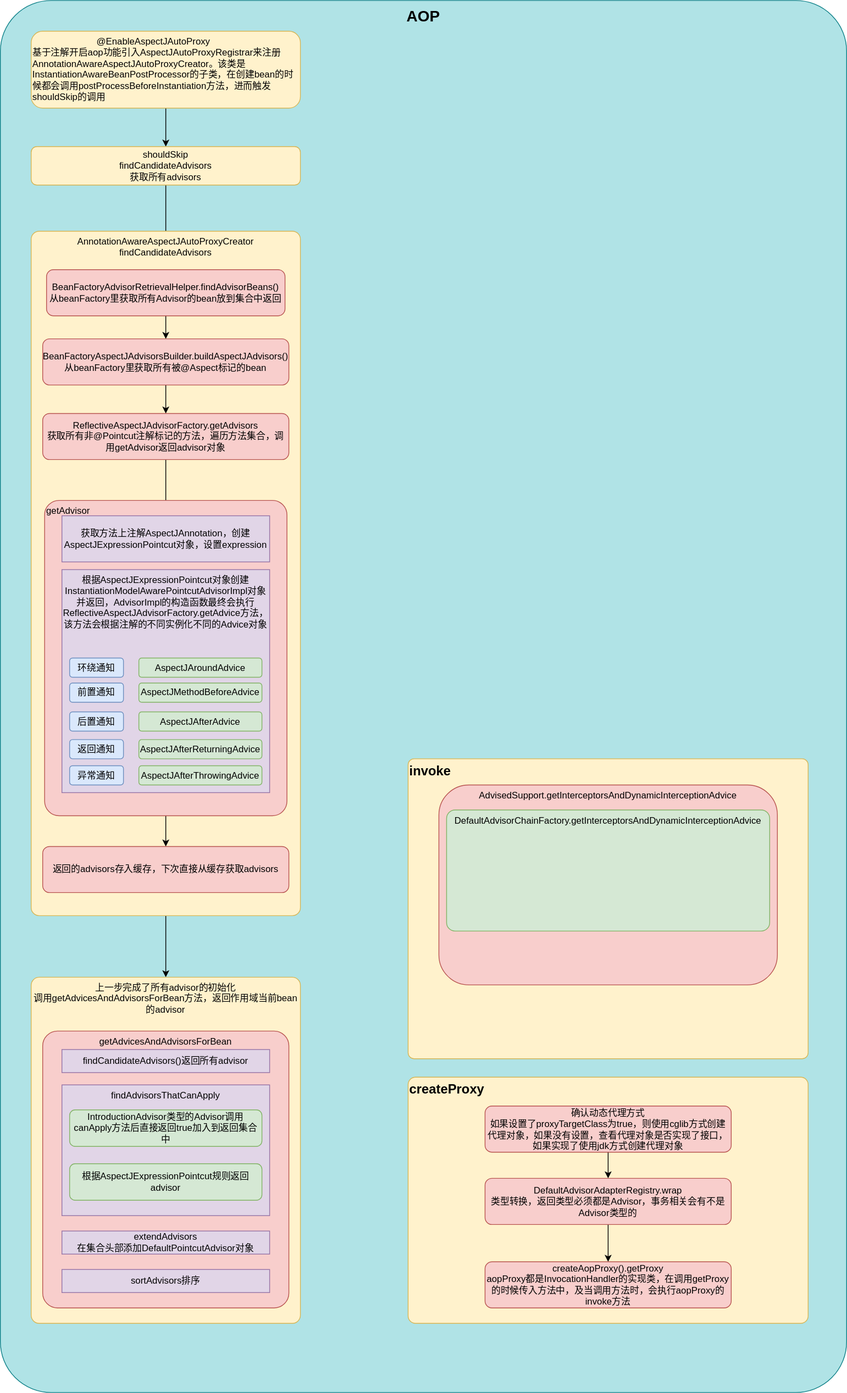
Above: spring-aop.svg in qqqlllei/diagrams (draw.io), before the change. Source tidied: cells renumbered, new cells last; positions are measured from the earlier drawing's top-left corner, leaving out a move shared by most shapes.
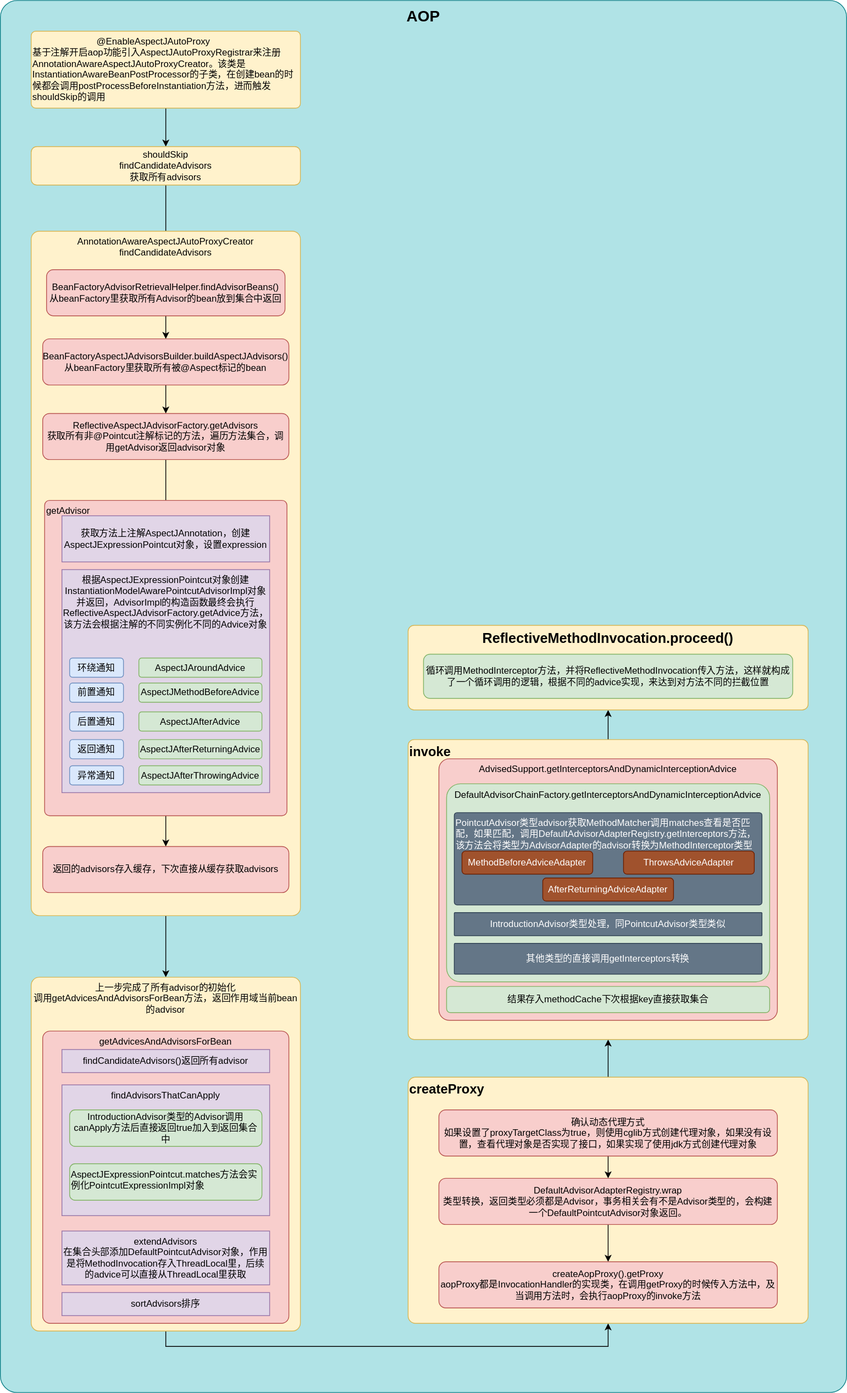
The same diagram one commit later.

Diff of the diagram source:
```diff
@@ -2,13 +2,13 @@
   <root>
     <mxCell id="0" />
     <mxCell id="1" parent="0" />
-    <mxCell id="2" style="rounded=1;whiteSpace=wrap;fontSize=13;align=center;arcSize=6;fillColor=#b0e3e6;strokeColor=#0e8088;verticalAlign=top;html=1;" parent="1" vertex="1">
+    <mxCell id="2" style="rounded=1;whiteSpace=wrap;fontSize=13;align=center;arcSize=2;fillColor=#b0e3e6;strokeColor=#0e8088;verticalAlign=top;html=1;" parent="1" vertex="1">
       <mxGeometry width="1100" height="1810" as="geometry" />
     </mxCell>
     <mxCell id="3" style="edgeStyle=orthogonalEdgeStyle;rounded=0;jettySize=auto;html=1;" parent="1" edge="1" source="4" target="6">
       <mxGeometry relative="1" as="geometry" />
     </mxCell>
-    <mxCell id="4" value="&amp;nbsp; &amp;nbsp; &amp;nbsp; &amp;nbsp; &amp;nbsp; &amp;nbsp; &amp;nbsp; &amp;nbsp; &amp;nbsp; &amp;nbsp; &amp;nbsp; &amp;nbsp; &amp;nbsp;@EnableAspectJAutoProxy&lt;br&gt;基于注解开启aop功能引入AspectJAutoProxyRegistrar来注册AnnotationAwareAspectJAutoProxyCreator。该类是InstantiationAwareBeanPostProcessor的子类，在创建bean的时候都会调用postProcessBeforeInstantiation方法，进而触发shouldSkip的调用" style="rounded=1;whiteSpace=wrap;fillColor=#fff2cc;strokeColor=#d6b656;verticalAlign=top;align=left;html=1;" parent="1" vertex="1">
+    <mxCell id="4" value="&amp;nbsp; &amp;nbsp; &amp;nbsp; &amp;nbsp; &amp;nbsp; &amp;nbsp; &amp;nbsp; &amp;nbsp; &amp;nbsp; &amp;nbsp; &amp;nbsp; &amp;nbsp; &amp;nbsp;@EnableAspectJAutoProxy&lt;br&gt;基于注解开启aop功能引入AspectJAutoProxyRegistrar来注册AnnotationAwareAspectJAutoProxyCreator。该类是InstantiationAwareBeanPostProcessor的子类，在创建bean的时候都会调用postProcessBeforeInstantiation方法，进而触发shouldSkip的调用" style="rounded=1;whiteSpace=wrap;fillColor=#fff2cc;strokeColor=#d6b656;verticalAlign=top;align=left;html=1;arcSize=6;" parent="1" vertex="1">
       <mxGeometry x="40" y="40" width="350" height="100" as="geometry" />
     </mxCell>
     <mxCell id="5" style="edgeStyle=orthogonalEdgeStyle;rounded=0;jettySize=auto;html=1;" parent="1" edge="1" source="6" target="10">
@@ -44,7 +44,7 @@
     <mxCell id="15" style="edgeStyle=orthogonalEdgeStyle;rounded=0;jettySize=auto;html=1;exitX=0.5;exitY=1;exitDx=0;exitDy=0;entryX=0.5;entryY=0;entryDx=0;entryDy=0;" parent="1" edge="1" source="16" target="36">
       <mxGeometry relative="1" as="geometry" />
     </mxCell>
-    <mxCell id="16" value="getAdvisor" style="rounded=1;whiteSpace=wrap;align=left;fillColor=#f8cecc;strokeColor=#b85450;verticalAlign=top;arcSize=6;" parent="1" vertex="1">
+    <mxCell id="16" value="getAdvisor" style="rounded=1;whiteSpace=wrap;align=left;fillColor=#f8cecc;strokeColor=#b85450;verticalAlign=top;arcSize=2;" parent="1" vertex="1">
       <mxGeometry x="57.5" y="650" width="315" height="410" as="geometry" />
     </mxCell>
     <mxCell id="17" value="获取方法上注解AspectJAnnotation，创建AspectJExpressionPointcut对象，设置expression" style="rounded=1;whiteSpace=wrap;align=center;fillColor=#e1d5e7;strokeColor=#9673a6;verticalAlign=middle;arcSize=0;" parent="1" vertex="1">
@@ -83,11 +83,14 @@
     <mxCell id="28" value="异常通知" style="rounded=1;whiteSpace=wrap;align=center;fillColor=#dae8fc;strokeColor=#6c8ebf;" parent="1" vertex="1">
       <mxGeometry x="90" y="995" width="70" height="25" as="geometry" />
     </mxCell>
+    <mxCell id="48" style="edgeStyle=orthogonalEdgeStyle;rounded=0;jettySize=auto;html=1;exitX=0.5;exitY=1;exitDx=0;exitDy=0;entryX=0.5;entryY=1;entryDx=0;entryDy=0;" parent="1" edge="1" source="29" target="39">
+      <mxGeometry relative="1" as="geometry" />
+    </mxCell>
     <mxCell id="29" value="上一步完成了所有advisor的初始化&lt;br&gt;调用getAdvicesAndAdvisorsForBean方法，返回作用域当前bean的advisor" style="rounded=1;whiteSpace=wrap;fillColor=#fff2cc;strokeColor=#d6b656;verticalAlign=top;align=center;html=1;arcSize=3;" parent="1" vertex="1">
-      <mxGeometry x="40" y="1270" width="350" height="450" as="geometry" />
+      <mxGeometry x="40" y="1270" width="350" height="460" as="geometry" />
     </mxCell>
-    <mxCell id="30" value="getAdvicesAndAdvisorsForBean" style="rounded=1;whiteSpace=wrap;align=center;fillColor=#f8cecc;strokeColor=#b85450;verticalAlign=top;arcSize=6;" parent="1" vertex="1">
-      <mxGeometry x="55" y="1340" width="320" height="360" as="geometry" />
+    <mxCell id="30" value="getAdvicesAndAdvisorsForBean" style="rounded=1;whiteSpace=wrap;align=center;fillColor=#f8cecc;strokeColor=#b85450;verticalAlign=top;arcSize=3;" parent="1" vertex="1">
+      <mxGeometry x="55" y="1340" width="320" height="380" as="geometry" />
     </mxCell>
     <mxCell id="31" value="findCandidateAdvisors()返回所有advisor" style="rounded=1;whiteSpace=wrap;align=center;fillColor=#e1d5e7;strokeColor=#9673a6;verticalAlign=middle;arcSize=0;" parent="1" vertex="1">
       <mxGeometry x="80" y="1364" width="270" height="30" as="geometry" />
@@ -98,7 +101,7 @@
     <mxCell id="33" value="IntroductionAdvisor类型的Advisor调用canApply方法后直接返回true加入到返回集合中" style="rounded=1;whiteSpace=wrap;align=center;fillColor=#d5e8d4;strokeColor=#82b366;" parent="1" vertex="1">
       <mxGeometry x="90" y="1442.5" width="250" height="47.5" as="geometry" />
     </mxCell>
-    <mxCell id="34" value="根据AspectJExpressionPointcut规则返回advisor" style="rounded=1;whiteSpace=wrap;align=center;fillColor=#d5e8d4;strokeColor=#82b366;" parent="1" vertex="1">
+    <mxCell id="34" value="AspectJExpressionPointcut.matches方法会实例化PointcutExpressionImpl对象" style="rounded=1;whiteSpace=wrap;align=left;fillColor=#d5e8d4;strokeColor=#82b366;verticalAlign=top;" parent="1" vertex="1">
       <mxGeometry x="90" y="1512.5" width="250" height="47.5" as="geometry" />
     </mxCell>
     <mxCell id="35" value="&lt;font style=&quot;font-size: 20px&quot;&gt;&lt;b&gt;AOP&lt;/b&gt;&lt;/font&gt;" style="text;html=1;strokeColor=none;fillColor=none;align=center;verticalAlign=middle;whiteSpace=wrap;rounded=0;fontSize=13;fontColor=#000000;" parent="1" vertex="1">
@@ -107,12 +110,15 @@
     <mxCell id="36" value="返回的advisors存入缓存，下次直接从缓存获取advisors" style="rounded=1;whiteSpace=wrap;align=center;fillColor=#f8cecc;strokeColor=#b85450;verticalAlign=middle;" parent="1" vertex="1">
       <mxGeometry x="55" y="1100" width="320" height="60" as="geometry" />
     </mxCell>
-    <mxCell id="37" value="extendAdvisors&#10;在集合头部添加DefaultPointcutAdvisor对象" style="rounded=1;whiteSpace=wrap;align=center;fillColor=#e1d5e7;strokeColor=#9673a6;verticalAlign=middle;arcSize=0;" parent="1" vertex="1">
-      <mxGeometry x="80" y="1600" width="270" height="30" as="geometry" />
+    <mxCell id="37" value="extendAdvisors&#10;在集合头部添加DefaultPointcutAdvisor对象，作用是将MethodInvocation存入ThreadLocal里，后续的advice可以直接从ThreadLocal里获取" style="rounded=1;whiteSpace=wrap;align=center;fillColor=#e1d5e7;strokeColor=#9673a6;verticalAlign=top;arcSize=0;" parent="1" vertex="1">
+      <mxGeometry x="80" y="1600" width="270" height="70" as="geometry" />
     </mxCell>
     <mxCell id="38" value="sortAdvisors排序" style="rounded=1;whiteSpace=wrap;align=center;fillColor=#e1d5e7;strokeColor=#9673a6;verticalAlign=middle;arcSize=0;" parent="1" vertex="1">
-      <mxGeometry x="80" y="1650" width="270" height="30" as="geometry" />
+      <mxGeometry x="80" y="1680" width="270" height="30" as="geometry" />
     </mxCell>
+    <mxCell id="49" style="edgeStyle=orthogonalEdgeStyle;rounded=0;jettySize=auto;html=1;exitX=0.5;exitY=0;exitDx=0;exitDy=0;entryX=0.5;entryY=1;entryDx=0;entryDy=0;" parent="1" edge="1" source="39" target="45">
+      <mxGeometry relative="1" as="geometry" />
+    </mxCell>
     <mxCell id="39" value="&lt;font style=&quot;font-size: 17px&quot;&gt;&lt;b&gt;createProxy&lt;/b&gt;&lt;/font&gt;" style="rounded=1;whiteSpace=wrap;fillColor=#fff2cc;strokeColor=#d6b656;verticalAlign=top;align=left;html=1;arcSize=3;" parent="1" vertex="1">
       <mxGeometry x="530" y="1400" width="520" height="320" as="geometry" />
     </mxCell>
@@ -120,25 +126,55 @@
       <mxGeometry relative="1" as="geometry" />
     </mxCell>
     <mxCell id="41" value="确认动态代理方式&#10;如果设置了proxyTargetClass为true，则使用cglib方式创建代理对象，如果没有设置，查看代理对象是否实现了接口，如果实现了使用jdk方式创建代理对象" style="rounded=1;whiteSpace=wrap;align=center;fillColor=#f8cecc;strokeColor=#b85450;verticalAlign=middle;" parent="1" vertex="1">
-      <mxGeometry x="630" y="1437.5" width="320" height="60" as="geometry" />
+      <mxGeometry x="570" y="1442.5" width="440" height="60" as="geometry" />
     </mxCell>
     <mxCell id="42" style="edgeStyle=orthogonalEdgeStyle;rounded=0;jettySize=auto;html=1;" parent="1" edge="1" source="43" target="44">
       <mxGeometry relative="1" as="geometry" />
     </mxCell>
-    <mxCell id="43" value="DefaultAdvisorAdapterRegistry.wrap&#10;类型转换，返回类型必须都是Advisor，事务相关会有不是Advisor类型的" style="rounded=1;whiteSpace=wrap;align=center;fillColor=#f8cecc;strokeColor=#b85450;verticalAlign=middle;" parent="1" vertex="1">
-      <mxGeometry x="630" y="1531.5" width="320" height="60" as="geometry" />
+    <mxCell id="43" value="DefaultAdvisorAdapterRegistry.wrap&#10;类型转换，返回类型必须都是Advisor，事务相关会有不是Advisor类型的，会构建一个DefaultPointcutAdvisor对象返回。" style="rounded=1;whiteSpace=wrap;align=center;fillColor=#f8cecc;strokeColor=#b85450;verticalAlign=middle;" parent="1" vertex="1">
+      <mxGeometry x="570" y="1531.5" width="440" height="60" as="geometry" />
     </mxCell>
     <mxCell id="44" value="createAopProxy().getProxy&#10;aopProxy都是InvocationHandler的实现类，在调用getProxy的时候传入方法中，及当调用方法时，会执行aopProxy的invoke方法" style="rounded=1;whiteSpace=wrap;align=center;fillColor=#f8cecc;strokeColor=#b85450;verticalAlign=middle;" parent="1" vertex="1">
-      <mxGeometry x="630" y="1640" width="320" height="60" as="geometry" />
+      <mxGeometry x="570" y="1640" width="440" height="60" as="geometry" />
     </mxCell>
+    <mxCell id="50" style="edgeStyle=orthogonalEdgeStyle;rounded=0;jettySize=auto;html=1;fontSize=18;entryX=0.5;entryY=1;entryDx=0;entryDy=0;" parent="1" edge="1" source="45" target="58">
+      <mxGeometry relative="1" as="geometry" />
+    </mxCell>
     <mxCell id="45" value="&lt;font style=&quot;font-size: 17px&quot;&gt;&lt;b&gt;invoke&lt;/b&gt;&lt;/font&gt;" style="rounded=1;whiteSpace=wrap;fillColor=#fff2cc;strokeColor=#d6b656;verticalAlign=top;align=left;html=1;arcSize=2;" parent="1" vertex="1">
-      <mxGeometry x="530" y="986" width="520" height="390" as="geometry" />
+      <mxGeometry x="530" y="961" width="520" height="390" as="geometry" />
     </mxCell>
-    <mxCell id="46" value="AdvisedSupport.getInterceptorsAndDynamicInterceptionAdvice" style="rounded=1;whiteSpace=wrap;align=center;fillColor=#f8cecc;strokeColor=#b85450;verticalAlign=top;" parent="1" vertex="1">
-      <mxGeometry x="570" y="1020" width="440" height="260" as="geometry" />
+    <mxCell id="46" value="AdvisedSupport.getInterceptorsAndDynamicInterceptionAdvice" style="rounded=1;whiteSpace=wrap;align=center;fillColor=#f8cecc;strokeColor=#b85450;verticalAlign=top;arcSize=4;" parent="1" vertex="1">
+      <mxGeometry x="570" y="986" width="440" height="340" as="geometry" />
     </mxCell>
     <mxCell id="47" value="DefaultAdvisorChainFactory.getInterceptorsAndDynamicInterceptionAdvice" style="rounded=1;whiteSpace=wrap;align=center;fillColor=#d5e8d4;strokeColor=#82b366;arcSize=7;verticalAlign=top;" parent="1" vertex="1">
-      <mxGeometry x="580" y="1052.5" width="420" height="157.5" as="geometry" />
+      <mxGeometry x="580" y="1018.5" width="420" height="257.5" as="geometry" />
     </mxCell>
+    <mxCell id="51" value="PointcutAdvisor类型advisor获取MethodMatcher调用matches查看是否匹配，如果匹配，调用DefaultAdvisorAdapterRegistry.getInterceptors方法，&#10;该方法会将类型为AdvisorAdapter的advisor转换为MethodInterceptor类型&#10;&#10;" style="rounded=1;whiteSpace=wrap;fillColor=#647687;strokeColor=#314354;fontColor=#ffffff;arcSize=3;align=left;verticalAlign=top;" parent="1" vertex="1">
+      <mxGeometry x="590" y="1056" width="400" height="120" as="geometry" />
+    </mxCell>
+    <mxCell id="52" value="MethodBeforeAdviceAdapter" style="rounded=1;whiteSpace=wrap;fillColor=#a0522d;strokeColor=#6D1F00;fontColor=#ffffff;" parent="1" vertex="1">
+      <mxGeometry x="600" y="1106" width="170" height="30" as="geometry" />
+    </mxCell>
+    <mxCell id="53" value="AfterReturningAdviceAdapter" style="rounded=1;whiteSpace=wrap;fillColor=#a0522d;strokeColor=#6D1F00;fontColor=#ffffff;" parent="1" vertex="1">
+      <mxGeometry x="705" y="1141" width="170" height="30" as="geometry" />
+    </mxCell>
+    <mxCell id="54" value="ThrowsAdviceAdapter" style="rounded=1;whiteSpace=wrap;fillColor=#a0522d;strokeColor=#6D1F00;fontColor=#ffffff;" parent="1" vertex="1">
+      <mxGeometry x="810" y="1106" width="170" height="30" as="geometry" />
+    </mxCell>
+    <mxCell id="55" value="IntroductionAdvisor类型处理，同PointcutAdvisor类型类似" style="rounded=1;whiteSpace=wrap;fillColor=#647687;strokeColor=#314354;fontColor=#ffffff;arcSize=3;align=center;verticalAlign=middle;" parent="1" vertex="1">
+      <mxGeometry x="590" y="1186" width="400" height="30" as="geometry" />
+    </mxCell>
+    <mxCell id="56" value="其他类型的直接调用getInterceptors转换" style="rounded=1;whiteSpace=wrap;fillColor=#647687;strokeColor=#314354;fontColor=#ffffff;arcSize=3;align=center;verticalAlign=middle;" parent="1" vertex="1">
+      <mxGeometry x="590" y="1226" width="400" height="40" as="geometry" />
+    </mxCell>
+    <mxCell id="57" value="结果存入methodCache下次根据key直接获取集合" style="rounded=1;whiteSpace=wrap;align=center;fillColor=#d5e8d4;strokeColor=#82b366;html=1;" parent="1" vertex="1">
+      <mxGeometry x="580" y="1282" width="420" height="34" as="geometry" />
+    </mxCell>
+    <mxCell id="58" value="ReflectiveMethodInvocation.proceed()" style="rounded=1;whiteSpace=wrap;fillColor=#fff2cc;strokeColor=#d6b656;verticalAlign=top;align=center;arcSize=7;fontStyle=1;fontSize=18;" parent="1" vertex="1">
+      <mxGeometry x="530" y="812.5" width="520" height="110" as="geometry" />
+    </mxCell>
+    <mxCell id="59" value="循环调用MethodInterceptor方法，并将ReflectiveMethodInvocation传入方法，这样就构成了一个循环调用的逻辑，根据不同的advice实现，来达到对方法不同的拦截位置" style="rounded=1;whiteSpace=wrap;align=center;fillColor=#d5e8d4;strokeColor=#82b366;html=1;" parent="1" vertex="1">
+      <mxGeometry x="550" y="850" width="480" height="57.5" as="geometry" />
+    </mxCell>
   </root>
 </mxGraphModel>
```
